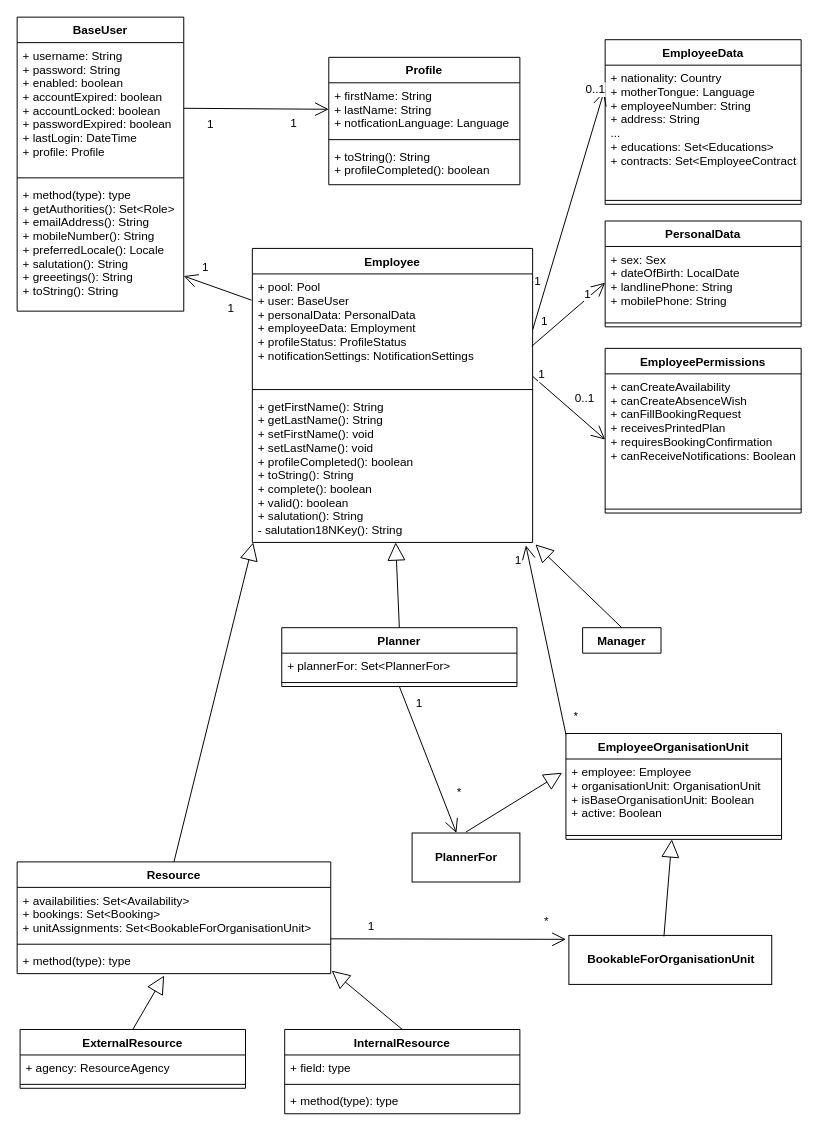
Before: Resource20.drawio in pschaffl/tmp, a draw.io diagram. Source tidied: cells renumbered, new cells numbered last; positions are measured from the earlier drawing's top-left corner, leaving out a move shared by most shapes. Both pictures are drawn from the tidied source at 98%, with x=0, y=0 at pixel (17, 17).
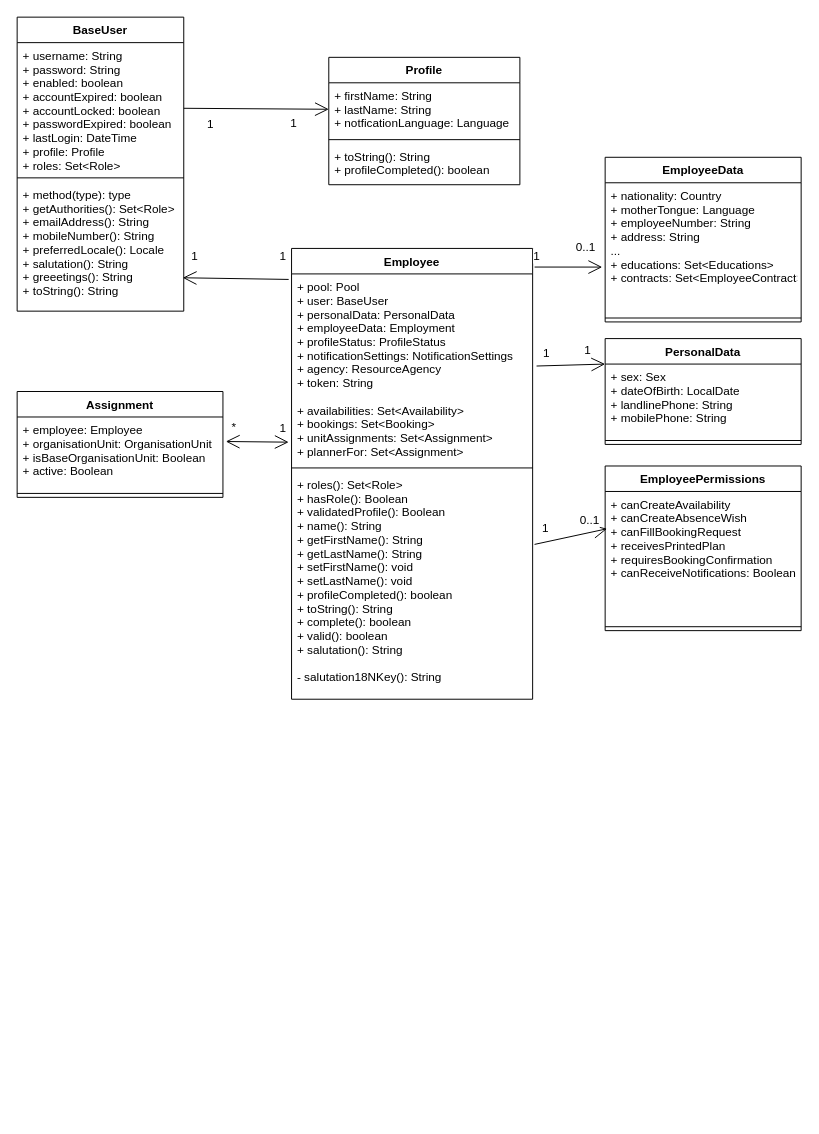
The same diagram, later.

Unchanged cells that the change refers to:
```xml
<mxCell id="2" value="BaseUser" style="swimlane;fontStyle=1;align=center;verticalAlign=top;horizontal=1;startSize=26;" parent="1" vertex="1">
  <mxGeometry width="170" height="300" as="geometry" />
</mxCell>
<mxCell id="5" value="+ method(type): type&#10;+ getAuthorities(): Set&lt;Role&gt;&#10;+ emailAddress(): String&#10;+ mobileNumber(): String&#10;+ preferredLocale(): Locale&#10;+ salutation(): String&#10;+ greeetings(): String&#10;+ toString(): String&#10;&#10;" style="text;strokeColor=none;fillColor=none;align=left;verticalAlign=top;spacingLeft=4;spacingRight=4;overflow=hidden;points=[[0,0.5],[1,0.5]];portConstraint=eastwest;" parent="2" vertex="1">
  <mxGeometry y="168" width="170" height="132" as="geometry" />
</mxCell>
<mxCell id="24" value="+ sex: Sex&#10;+ dateOfBirth: LocalDate&#10;+ landlinePhone: String&#10;+ mobilePhone: String&#10;" style="text;strokeColor=none;fillColor=none;align=left;verticalAlign=top;spacingLeft=4;spacingRight=4;overflow=hidden;points=[[0,0.5],[1,0.5]];portConstraint=eastwest;" parent="23" vertex="1">
  <mxGeometry y="26" width="200" height="74" as="geometry" />
</mxCell>
<mxCell id="27" value="+ nationality: Country&#10;+ motherTongue: Language&#10;+ employeeNumber: String&#10;+ address: String&#10;...&#10;+ educations: Set&lt;Educations&gt;&#10;+ contracts: Set&lt;EmployeeContract&gt;&#10;" style="text;strokeColor=none;fillColor=none;align=left;verticalAlign=top;spacingLeft=4;spacingRight=4;overflow=hidden;points=[[0,0.5],[1,0.5]];portConstraint=eastwest;" parent="26" vertex="1">
  <mxGeometry y="26" width="200" height="134" as="geometry" />
</mxCell>
<mxCell id="54" value="+ canCreateAvailability&#10;+ canCreateAbsenceWish&#10;+ canFillBookingRequest&#10;+ receivesPrintedPlan&#10;+ requiresBookingConfirmation&#10;+ canReceiveNotifications: Boolean" style="text;strokeColor=none;fillColor=none;align=left;verticalAlign=top;spacingLeft=4;spacingRight=4;overflow=hidden;points=[[0,0.5],[1,0.5]];portConstraint=eastwest;" parent="53" vertex="1">
  <mxGeometry y="26" width="200" height="134" as="geometry" />
</mxCell>
```

What changed in the source:
```diff
@@
-    <mxCell id="3" value="+ username: String&#10;+ password: String&#10;+ enabled: boolean&#10;+ accountExpired: boolean&#10;+ accountLocked: boolean&#10;+ passwordExpired: boolean&#10;+ lastLogin: DateTime&#10;+ profile: Profile&#10;" style="text;strokeColor=none;fillColor=none;align=left;verticalAlign=top;spacingLeft=4;spacingRight=4;overflow=hidden;points=[[0,0.5],[1,0.5]];portConstraint=eastwest;" parent="2" vertex="1">
+    <mxCell id="3" value="+ username: String&#10;+ password: String&#10;+ enabled: boolean&#10;+ accountExpired: boolean&#10;+ accountLocked: boolean&#10;+ passwordExpired: boolean&#10;+ lastLogin: DateTime&#10;+ profile: Profile&#10;+ roles: Set&lt;Role&gt;&#10;" style="text;strokeColor=none;fillColor=none;align=left;verticalAlign=top;spacingLeft=4;spacingRight=4;overflow=hidden;points=[[0,0.5],[1,0.5]];portConstraint=eastwest;" parent="2" vertex="1">
       <mxGeometry y="26" width="170" height="134" as="geometry" />
     </mxCell>
@@
-    <mxCell id="9" style="endArrow=open;endFill=1;endSize=12;html=1;exitX=-0.003;exitY=0.235;exitDx=0;exitDy=0;exitPerimeter=0;" parent="1" edge="1" source="13" target="5">
+    <mxCell id="9" style="endArrow=open;endFill=1;endSize=12;html=1;exitX=-0.012;exitY=0.029;exitDx=0;exitDy=0;exitPerimeter=0;entryX=0.994;entryY=0.742;entryDx=0;entryDy=0;entryPerimeter=0;" parent="1" edge="1" source="13" target="5">
       <mxGeometry relative="1" as="geometry" />
     </mxCell>
     <mxCell id="10" value="1&lt;br&gt;" style="text;html=1;align=center;verticalAlign=middle;labelBackgroundColor=#ffffff;" parent="9" vertex="1">
       <mxGeometry x="0.18" y="-3" relative="1" as="geometry">
-        <mxPoint x="-8.5" y="-16.5" as="offset" />
+        <mxPoint x="-33" y="-20.5" as="offset" />
       </mxGeometry>
     </mxCell>
     <mxCell id="11" value="1" style="text;html=1;align=center;verticalAlign=middle;labelBackgroundColor=#ffffff;" parent="9" vertex="1">
       <mxGeometry x="-0.63" y="-3" relative="1" as="geometry">
-        <mxPoint x="-9" y="15.5" as="offset" />
+        <mxPoint x="13" y="-21" as="offset" />
       </mxGeometry>
     </mxCell>
     <mxCell id="12" value="Employee" style="swimlane;fontStyle=1;align=center;verticalAlign=top;horizontal=1;startSize=26;" parent="1" vertex="1">
-      <mxGeometry x="240" y="236" width="286" height="300" as="geometry" />
+      <mxGeometry x="280" y="236" width="246" height="460" as="geometry" />
     </mxCell>
-    <mxCell id="13" value="+ pool: Pool&#10;+ user: BaseUser&#10;+ personalData: PersonalData&#10;+ employeeData: Employment&#10;+ profileStatus: ProfileStatus&#10;+ notificationSettings: NotificationSettings&#10;&#10;" style="text;strokeColor=none;fillColor=none;align=left;verticalAlign=top;spacingLeft=4;spacingRight=4;overflow=hidden;points=[[0,0.5],[1,0.5]];portConstraint=eastwest;" parent="12" vertex="1">
-      <mxGeometry y="26" width="286" height="114" as="geometry" />
+    <mxCell id="13" value="+ pool: Pool&#10;+ user: BaseUser&#10;+ personalData: PersonalData&#10;+ employeeData: Employment&#10;+ profileStatus: ProfileStatus&#10;+ notificationSettings: NotificationSettings&#10;+ agency: ResourceAgency&#10;+ token: String&#10;&#10;+ availabilities: Set&lt;Availability&gt;&#10;+ bookings: Set&lt;Booking&gt;&#10;+ unitAssignments: Set&lt;Assignment&gt;&#10;+ plannerFor: Set&lt;Assignment&gt;&#10;&#10;" style="text;strokeColor=none;fillColor=none;align=left;verticalAlign=top;spacingLeft=4;spacingRight=4;overflow=hidden;points=[[0,0.5],[1,0.5]];portConstraint=eastwest;" parent="12" vertex="1">
+      <mxGeometry y="26" width="246" height="194" as="geometry" />
     </mxCell>
     <mxCell id="14" style="line;strokeWidth=1;fillColor=none;align=left;verticalAlign=middle;spacingTop=-1;spacingLeft=3;spacingRight=3;labelPosition=right;" parent="12" vertex="1">
-      <mxGeometry y="140" width="286" height="8" as="geometry" />
+      <mxGeometry y="220" width="246" height="8" as="geometry" />
     </mxCell>
-    <mxCell id="15" value="+ getFirstName(): String&#10;+ getLastName(): String&#10;+ setFirstName(): void&#10;+ setLastName(): void&#10;+ profileCompleted(): boolean&#10;+ toString(): String&#10;+ complete(): boolean&#10;+ valid(): boolean&#10;+ salutation(): String&#10;- salutation18NKey(): String&#10;&#10;" style="text;strokeColor=none;fillColor=none;align=left;verticalAlign=top;spacingLeft=4;spacingRight=4;overflow=hidden;points=[[0,0.5],[1,0.5]];portConstraint=eastwest;" parent="12" vertex="1">
-      <mxGeometry y="148" width="286" height="152" as="geometry" />
+    <mxCell id="15" value="+ roles(): Set&lt;Role&gt;&#10;+ hasRole(): Boolean&#10;+ validatedProfile(): Boolean&#10;+ name(): String&#10;+ getFirstName(): String&#10;+ getLastName(): String&#10;+ setFirstName(): void&#10;+ setLastName(): void&#10;+ profileCompleted(): boolean&#10;+ toString(): String&#10;+ complete(): boolean&#10;+ valid(): boolean&#10;+ salutation(): String&#10;&#10;- salutation18NKey(): String&#10;&#10;" style="text;strokeColor=none;fillColor=none;align=left;verticalAlign=top;spacingLeft=4;spacingRight=4;overflow=hidden;points=[[0,0.5],[1,0.5]];portConstraint=eastwest;" parent="12" vertex="1">
+      <mxGeometry y="228" width="246" height="232" as="geometry" />
     </mxCell>
@@
-    <mxCell id="20" style="endArrow=open;endFill=1;endSize=12;html=1;exitX=0.997;exitY=0.647;exitDx=0;exitDy=0;entryX=0;entryY=0.5;entryDx=0;entryDy=0;exitPerimeter=0;" parent="1" edge="1" source="13" target="24">
-      <mxGeometry relative="1" as="geometry" />
+    <mxCell id="20" style="endArrow=open;endFill=1;endSize=12;html=1;entryX=0;entryY=0;entryDx=0;entryDy=0;entryPerimeter=0;" parent="1" edge="1" target="24">
+      <mxGeometry relative="1" as="geometry">
+        <mxPoint x="530" y="356" as="sourcePoint" />
+      </mxGeometry>
     </mxCell>
@@
     <mxCell id="23" value="PersonalData" style="swimlane;fontStyle=1;align=center;verticalAlign=top;horizontal=1;startSize=26;" parent="1" vertex="1">
-      <mxGeometry x="600" y="208" width="200" height="108" as="geometry" />
+      <mxGeometry x="600" y="328" width="200" height="108" as="geometry" />
     </mxCell>
@@
     <mxCell id="26" value="EmployeeData" style="swimlane;fontStyle=1;align=center;verticalAlign=top;horizontal=1;startSize=26;" parent="1" vertex="1">
-      <mxGeometry x="600" y="23" width="200" height="168" as="geometry" />
+      <mxGeometry x="600" y="143" width="200" height="168" as="geometry" />
     </mxCell>
@@
-    <mxCell id="29" style="endArrow=open;endFill=1;endSize=12;html=1;exitX=1;exitY=0.5;exitDx=0;exitDy=0;entryX=-0.006;entryY=0.201;entryDx=0;entryDy=0;entryPerimeter=0;" parent="1" edge="1" source="13" target="27">
-      <mxGeometry relative="1" as="geometry" />
+    <mxCell id="29" style="endArrow=open;endFill=1;endSize=12;html=1;entryX=-0.015;entryY=0.642;entryDx=0;entryDy=0;entryPerimeter=0;" parent="1" edge="1" target="27">
+      <mxGeometry relative="1" as="geometry">
+        <mxPoint x="528" y="255" as="sourcePoint" />
+      </mxGeometry>
     </mxCell>
     <mxCell id="30" value="0..1&lt;br&gt;" style="text;html=1;align=center;verticalAlign=middle;labelBackgroundColor=#ffffff;" parent="29" vertex="1">
       <mxGeometry x="0.18" y="-3" relative="1" as="geometry">
-        <mxPoint x="18" y="-103" as="offset" />
+        <mxPoint x="11" y="-24" as="offset" />
       </mxGeometry>
     </mxCell>
     <mxCell id="31" value="1" style="text;html=1;align=center;verticalAlign=middle;labelBackgroundColor=#ffffff;" parent="29" vertex="1">
       <mxGeometry x="-0.63" y="-3" relative="1" as="geometry">
-        <mxPoint x="-12" y="-5" as="offset" />
+        <mxPoint x="-11" y="-15" as="offset" />
       </mxGeometry>
     </mxCell>
-    <mxCell id="32" value="EmployeeOrganisationUnit" style="swimlane;fontStyle=1;align=center;verticalAlign=top;horizontal=1;startSize=26;" parent="1" vertex="1">
-      <mxGeometry x="560" y="731" width="220" height="108" as="geometry" />
+    <mxCell id="32" value="Assignment" style="swimlane;fontStyle=1;align=center;verticalAlign=top;horizontal=1;startSize=26;" parent="1" vertex="1">
+      <mxGeometry y="382" width="210" height="108" as="geometry" />
     </mxCell>
     <mxCell id="33" value="+ employee: Employee&#10;+ organisationUnit: OrganisationUnit&#10;+ isBaseOrganisationUnit: Boolean&#10;+ active: Boolean&#10;" style="text;strokeColor=none;fillColor=none;align=left;verticalAlign=top;spacingLeft=4;spacingRight=4;overflow=hidden;points=[[0,0.5],[1,0.5]];portConstraint=eastwest;" parent="32" vertex="1">
-      <mxGeometry y="26" width="220" height="74" as="geometry" />
+      <mxGeometry y="26" width="210" height="74" as="geometry" />
     </mxCell>
     <mxCell id="34" style="line;strokeWidth=1;fillColor=none;align=left;verticalAlign=middle;spacingTop=-1;spacingLeft=3;spacingRight=3;labelPosition=right;points=[];portConstraint=eastwest;" parent="32" vertex="1">
-      <mxGeometry y="100" width="220" height="8" as="geometry" />
+      <mxGeometry y="100" width="210" height="8" as="geometry" />
     </mxCell>
-    <mxCell id="35" value="Resource" style="swimlane;fontStyle=1;align=center;verticalAlign=top;horizontal=1;startSize=26;" parent="1" vertex="1">
-      <mxGeometry y="862" width="320" height="114" as="geometry" />
-    </mxCell>
-    <mxCell id="36" value="+ availabilities: Set&lt;Availability&gt;&#10;+ bookings: Set&lt;Booking&gt;&#10;+ unitAssignments: Set&lt;BookableForOrganisationUnit&gt;&#10;" style="text;strokeColor=none;fillColor=none;align=left;verticalAlign=top;spacingLeft=4;spacingRight=4;overflow=hidden;" parent="35" vertex="1">
-      <mxGeometry y="26" width="320" height="54" as="geometry" />
-    </mxCell>
-    <mxCell id="37" style="line;strokeWidth=1;fillColor=none;align=left;verticalAlign=middle;spacingTop=-1;spacingLeft=3;spacingRight=3;labelPosition=right;" parent="35" vertex="1">
-      <mxGeometry y="80" width="320" height="8" as="geometry" />
-    </mxCell>
-    <mxCell id="38" value="+ method(type): type" style="text;strokeColor=none;fillColor=none;align=left;verticalAlign=top;spacingLeft=4;spacingRight=4;overflow=hidden;points=[[0,0.5],[1,0.5]];portConstraint=eastwest;" parent="35" vertex="1">
-      <mxGeometry y="88" width="320" height="26" as="geometry" />
-    </mxCell>
-    <mxCell id="39" value="Manager" style="swimlane;fontStyle=1;align=center;verticalAlign=top;horizontal=1;startSize=26;" parent="1" vertex="1" collapsed="1">
-      <mxGeometry x="577" y="623" width="80" height="26" as="geometry" />
-    </mxCell>
-    <mxCell id="40" value="Planner" style="swimlane;fontStyle=1;align=center;verticalAlign=top;horizontal=1;startSize=26;" parent="1" vertex="1">
-      <mxGeometry x="270" y="623" width="240" height="60" as="geometry" />
-    </mxCell>
-    <mxCell id="41" value="+ plannerFor: Set&lt;PlannerFor&gt;&#10;&#10;" style="text;strokeColor=none;fillColor=none;align=left;verticalAlign=top;spacingLeft=4;spacingRight=4;overflow=hidden;" parent="40" vertex="1">
-      <mxGeometry y="26" width="240" height="26" as="geometry" />
-    </mxCell>
-    <mxCell id="42" style="line;strokeWidth=1;fillColor=none;align=left;verticalAlign=middle;spacingTop=-1;spacingLeft=3;spacingRight=3;labelPosition=right;" parent="40" vertex="1">
-      <mxGeometry y="52" width="240" height="8" as="geometry" />
-    </mxCell>
-    <mxCell id="43" value="ExternalResource" style="swimlane;fontStyle=1;align=center;verticalAlign=top;horizontal=1;startSize=26;" parent="1" vertex="1">
-      <mxGeometry x="3" y="1033" width="230" height="60" as="geometry" />
-    </mxCell>
-    <mxCell id="44" value="+ agency: ResourceAgency" style="text;strokeColor=none;fillColor=none;align=left;verticalAlign=top;spacingLeft=4;spacingRight=4;overflow=hidden;" parent="43" vertex="1">
-      <mxGeometry y="26" width="230" height="26" as="geometry" />
-    </mxCell>
-    <mxCell id="45" style="line;strokeWidth=1;fillColor=none;align=left;verticalAlign=middle;spacingTop=-1;spacingLeft=3;spacingRight=3;labelPosition=right;" parent="43" vertex="1">
-      <mxGeometry y="52" width="230" height="8" as="geometry" />
-    </mxCell>
-    <mxCell id="46" value="InternalResource" style="swimlane;fontStyle=1;align=center;verticalAlign=top;horizontal=1;startSize=26;" parent="1" vertex="1">
-      <mxGeometry x="273" y="1033" width="240" height="86" as="geometry" />
-    </mxCell>
-    <mxCell id="47" value="+ field: type" style="text;strokeColor=none;fillColor=none;align=left;verticalAlign=top;spacingLeft=4;spacingRight=4;overflow=hidden;" parent="46" vertex="1">
-      <mxGeometry y="26" width="240" height="26" as="geometry" />
-    </mxCell>
-    <mxCell id="48" style="line;strokeWidth=1;fillColor=none;align=left;verticalAlign=middle;spacingTop=-1;spacingLeft=3;spacingRight=3;labelPosition=right;" parent="46" vertex="1">
-      <mxGeometry y="52" width="240" height="8" as="geometry" />
-    </mxCell>
-    <mxCell id="49" value="+ method(type): type" style="text;strokeColor=none;fillColor=none;align=left;verticalAlign=top;spacingLeft=4;spacingRight=4;overflow=hidden;" parent="46" vertex="1">
-      <mxGeometry y="60" width="240" height="26" as="geometry" />
-    </mxCell>
-    <mxCell id="50" style="endArrow=open;endFill=1;endSize=12;html=1;exitX=1;exitY=0.917;exitDx=0;exitDy=0;entryX=0;entryY=0.5;entryDx=0;entryDy=0;exitPerimeter=0;" parent="1" edge="1" source="13" target="54">
+    <mxCell id="50" style="endArrow=open;endFill=1;endSize=12;html=1;exitX=1.008;exitY=0.319;exitDx=0;exitDy=0;entryX=0.01;entryY=0.284;entryDx=0;entryDy=0;exitPerimeter=0;entryPerimeter=0;" parent="1" edge="1" source="15" target="54">
       <mxGeometry relative="1" as="geometry" />
     </mxCell>
@@
     <mxCell id="53" value="EmployeePermissions" style="swimlane;fontStyle=1;align=center;verticalAlign=top;horizontal=1;startSize=26;" parent="1" vertex="1">
-      <mxGeometry x="600" y="338" width="200" height="168" as="geometry" />
+      <mxGeometry x="600" y="458" width="200" height="168" as="geometry" />
     </mxCell>
@@
-    <mxCell id="56" value="&lt;br&gt;&lt;br&gt;" style="endArrow=block;endSize=16;endFill=0;html=1;exitX=0.5;exitY=0;exitDx=0;exitDy=0;entryX=1.01;entryY=1.013;entryDx=0;entryDy=0;entryPerimeter=0;" parent="1" edge="1" source="39" target="15">
-      <mxGeometry relative="1" as="geometry" />
-    </mxCell>
-    <mxCell id="57" value="&lt;br&gt;&lt;br&gt;" style="endArrow=block;endSize=16;endFill=0;html=1;exitX=0.5;exitY=0;exitDx=0;exitDy=0;" parent="1" edge="1" source="40" target="15">
-      <mxGeometry relative="1" as="geometry" />
-    </mxCell>
-    <mxCell id="58" value="&lt;br&gt;&lt;br&gt;" style="endArrow=block;endSize=16;endFill=0;html=1;exitX=0.5;exitY=0;exitDx=0;exitDy=0;entryX=0.003;entryY=1;entryDx=0;entryDy=0;entryPerimeter=0;" parent="1" edge="1" source="35" target="15">
-      <mxGeometry relative="1" as="geometry" />
-    </mxCell>
-    <mxCell id="59" value="&lt;br&gt;&lt;br&gt;" style="endArrow=block;endSize=16;endFill=0;html=1;exitX=0.5;exitY=0;exitDx=0;exitDy=0;entryX=1.003;entryY=0.885;entryDx=0;entryDy=0;entryPerimeter=0;" parent="1" edge="1" source="46" target="38">
-      <mxGeometry relative="1" as="geometry" />
-    </mxCell>
-    <mxCell id="60" value="&lt;br&gt;&lt;br&gt;" style="endArrow=block;endSize=16;endFill=0;html=1;exitX=0.5;exitY=0;exitDx=0;exitDy=0;" parent="1" edge="1" source="43">
-      <mxGeometry relative="1" as="geometry">
-        <mxPoint x="150" y="978" as="targetPoint" />
-      </mxGeometry>
-    </mxCell>
-    <mxCell id="61" value="&lt;b&gt;BookableForOrganisationUnit&lt;/b&gt;" style="html=1;" parent="1" vertex="1">
-      <mxGeometry x="563" y="937" width="207" height="50" as="geometry" />
-    </mxCell>
-    <mxCell id="62" value="&lt;b&gt;PlannerFor&lt;/b&gt;" style="html=1;" parent="1" vertex="1">
-      <mxGeometry x="403" y="832.5" width="110" height="50" as="geometry" />
-    </mxCell>
-    <mxCell id="63" value="&lt;br&gt;&lt;br&gt;" style="endArrow=block;endSize=16;endFill=0;html=1;exitX=0.5;exitY=0;exitDx=0;exitDy=0;entryX=-0.018;entryY=0.189;entryDx=0;entryDy=0;entryPerimeter=0;" parent="1" edge="1" target="33">
-      <mxGeometry relative="1" as="geometry">
-        <mxPoint x="458" y="831.5" as="sourcePoint" />
-      </mxGeometry>
-    </mxCell>
-    <mxCell id="64" value="&lt;br&gt;&lt;br&gt;" style="endArrow=block;endSize=16;endFill=0;html=1;exitX=0.5;exitY=0;exitDx=0;exitDy=0;entryX=0.491;entryY=1;entryDx=0;entryDy=0;entryPerimeter=0;" parent="1" edge="1" target="34">
-      <mxGeometry relative="1" as="geometry">
-        <mxPoint x="660" y="938" as="sourcePoint" />
-      </mxGeometry>
-    </mxCell>
-    <mxCell id="65" style="endArrow=open;endFill=1;endSize=12;html=1;exitX=1;exitY=0.917;exitDx=0;exitDy=0;exitPerimeter=0;" parent="1" edge="1">
-      <mxGeometry relative="1" as="geometry">
-        <mxPoint x="320" y="940.5" as="sourcePoint" />
-        <mxPoint x="560" y="941" as="targetPoint" />
-      </mxGeometry>
-    </mxCell>
-    <mxCell id="66" value="*&lt;br&gt;" style="text;html=1;align=center;verticalAlign=middle;labelBackgroundColor=#ffffff;" parent="65" vertex="1">
-      <mxGeometry x="0.18" y="-3" relative="1" as="geometry">
-        <mxPoint x="78" y="-21" as="offset" />
-      </mxGeometry>
-    </mxCell>
-    <mxCell id="67" value="1" style="text;html=1;align=center;verticalAlign=middle;labelBackgroundColor=#ffffff;" parent="65" vertex="1">
-      <mxGeometry x="-0.63" y="-3" relative="1" as="geometry">
-        <mxPoint x="-3.5" y="-16" as="offset" />
-      </mxGeometry>
-    </mxCell>
-    <mxCell id="68" style="endArrow=open;endFill=1;endSize=12;html=1;exitX=0.5;exitY=1;exitDx=0;exitDy=0;" parent="1" edge="1" source="40" target="62">
-      <mxGeometry relative="1" as="geometry" />
-    </mxCell>
-    <mxCell id="69" value="*&lt;br&gt;" style="text;html=1;align=center;verticalAlign=middle;labelBackgroundColor=#ffffff;" parent="68" vertex="1">
-      <mxGeometry x="0.18" y="-3" relative="1" as="geometry">
-        <mxPoint x="29" y="18" as="offset" />
-      </mxGeometry>
-    </mxCell>
-    <mxCell id="70" value="1" style="text;html=1;align=center;verticalAlign=middle;labelBackgroundColor=#ffffff;" parent="68" vertex="1">
-      <mxGeometry x="-0.63" y="-3" relative="1" as="geometry">
-        <mxPoint x="11.5" y="-13" as="offset" />
-      </mxGeometry>
-    </mxCell>
-    <mxCell id="71" style="endArrow=open;endFill=1;endSize=12;html=1;exitX=0;exitY=0.009;exitDx=0;exitDy=0;entryX=0.976;entryY=1.02;entryDx=0;entryDy=0;exitPerimeter=0;entryPerimeter=0;" parent="1" edge="1" source="32" target="15">
+    <mxCell id="71" style="endArrow=open;endFill=1;endSize=12;html=1;entryX=-0.012;entryY=0.885;entryDx=0;entryDy=0;entryPerimeter=0;startArrow=open;startFill=0;startSize=12;exitX=1.014;exitY=0.338;exitDx=0;exitDy=0;exitPerimeter=0;" parent="1" edge="1" source="33" target="13">
       <mxGeometry relative="1" as="geometry" />
     </mxCell>
     <mxCell id="72" value="1&lt;br&gt;" style="text;html=1;align=center;verticalAlign=middle;labelBackgroundColor=#ffffff;" parent="71" vertex="1">
       <mxGeometry x="0.18" y="-3" relative="1" as="geometry">
-        <mxPoint x="-28.5" y="-64" as="offset" />
+        <mxPoint x="20" y="-17" as="offset" />
       </mxGeometry>
     </mxCell>
     <mxCell id="73" value="*" style="text;html=1;align=center;verticalAlign=middle;labelBackgroundColor=#ffffff;" parent="71" vertex="1">
       <mxGeometry x="-0.63" y="-3" relative="1" as="geometry">
-        <mxPoint x="14.5" y="17" as="offset" />
+        <mxPoint x="-4" y="-17.5" as="offset" />
       </mxGeometry>
     </mxCell>
```
